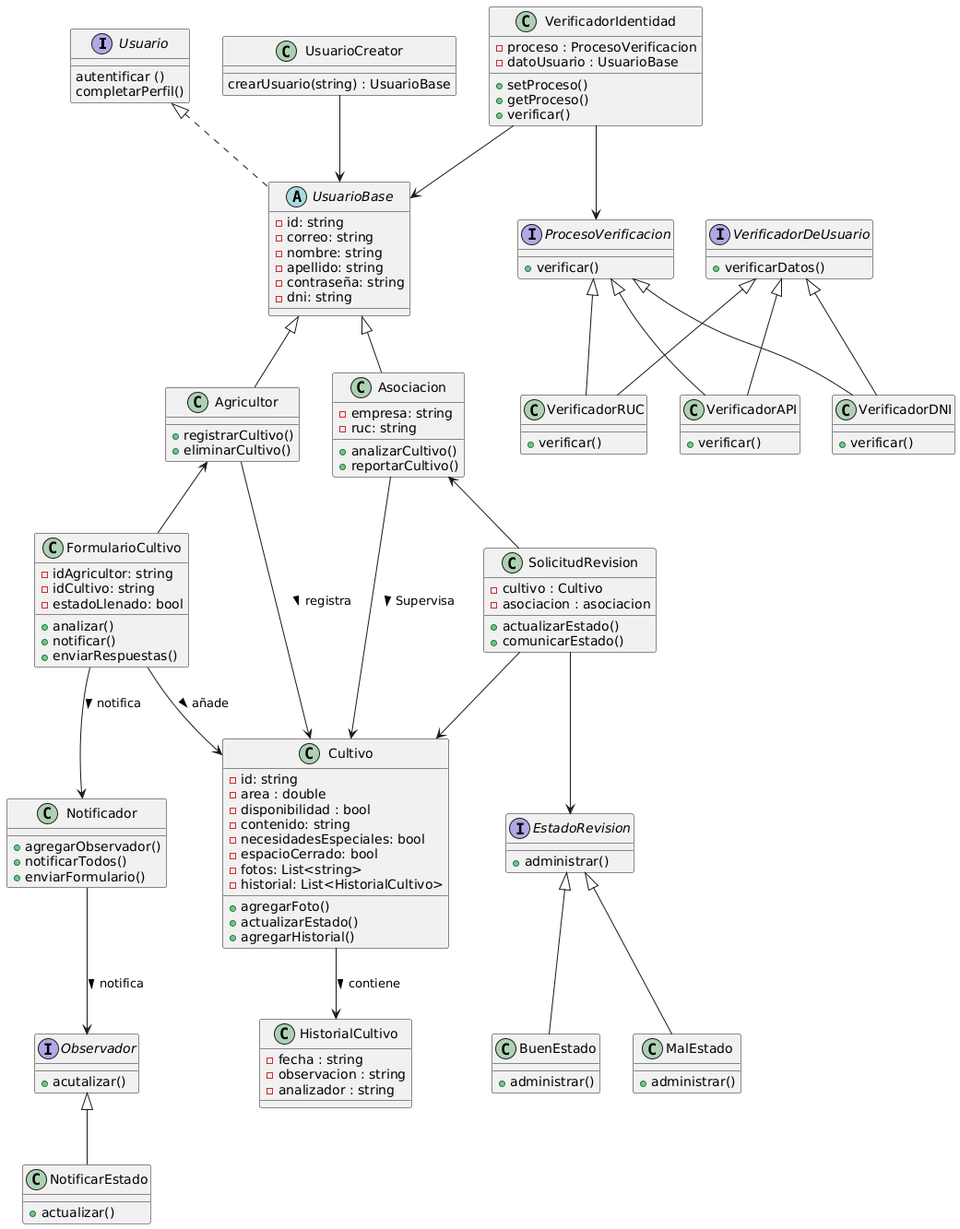
Apps-Web-Grupo-4-FruTech/ReportFinalProject keeps this PlantUML diagram as assets/Class Diagram.png. Above is the earlier version.
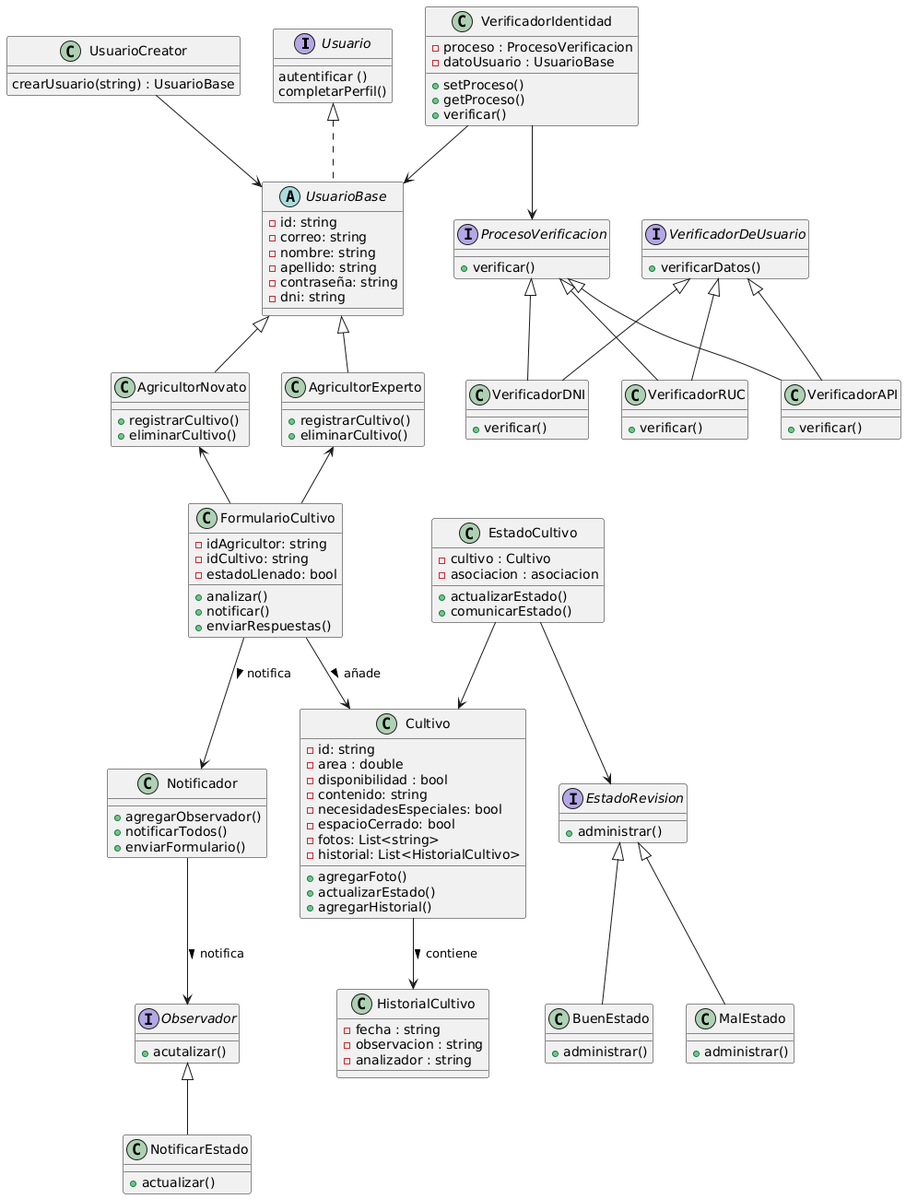
Above is the later version.

What changed in the source:
```diff
@@ -14,15 +14,13 @@
 -contraseña: string
 -dni: string
 }
-class Agricultor{
+class AgricultorNovato{
 +registrarCultivo()
 +eliminarCultivo()
 }
-class Asociacion{
--empresa: string
--ruc: string
-+analizarCultivo()
-+reportarCultivo()
+class AgricultorExperto{
++registrarCultivo()
++eliminarCultivo()
 }
 class Cultivo{
 -id: string
@@ -67,7 +65,7 @@
 class MalEstado{
 +administrar()
 }
-class SolicitudRevision{
+class EstadoCultivo{
 -cultivo : Cultivo
 -asociacion : asociacion
 +actualizarEstado()
@@ -101,17 +99,15 @@
 
 Usuario <|.. UsuarioBase
 UsuarioCreator --> UsuarioBase
-UsuarioBase <|-- Agricultor
-UsuarioBase <|-- Asociacion
-Agricultor --> Cultivo : registra >
+UsuarioBase <|-- AgricultorNovato
+UsuarioBase <|-- AgricultorExperto
 Cultivo --> HistorialCultivo: contiene >
-Agricultor <-- FormularioCultivo
-Asociacion --> Cultivo : Supervisa >
+AgricultorNovato <-- FormularioCultivo
+AgricultorExperto <-- FormularioCultivo
 FormularioCultivo --> Cultivo : añade >
 FormularioCultivo --> Notificador : notifica >
-Asociacion <-- SolicitudRevision
-SolicitudRevision --> Cultivo
-SolicitudRevision --> EstadoRevision
+EstadoCultivo --> Cultivo
+EstadoCultivo --> EstadoRevision
 Notificador --> Observador : notifica >
 Observador <|-- NotificarEstado
 EstadoRevision <|-- BuenEstado
```
